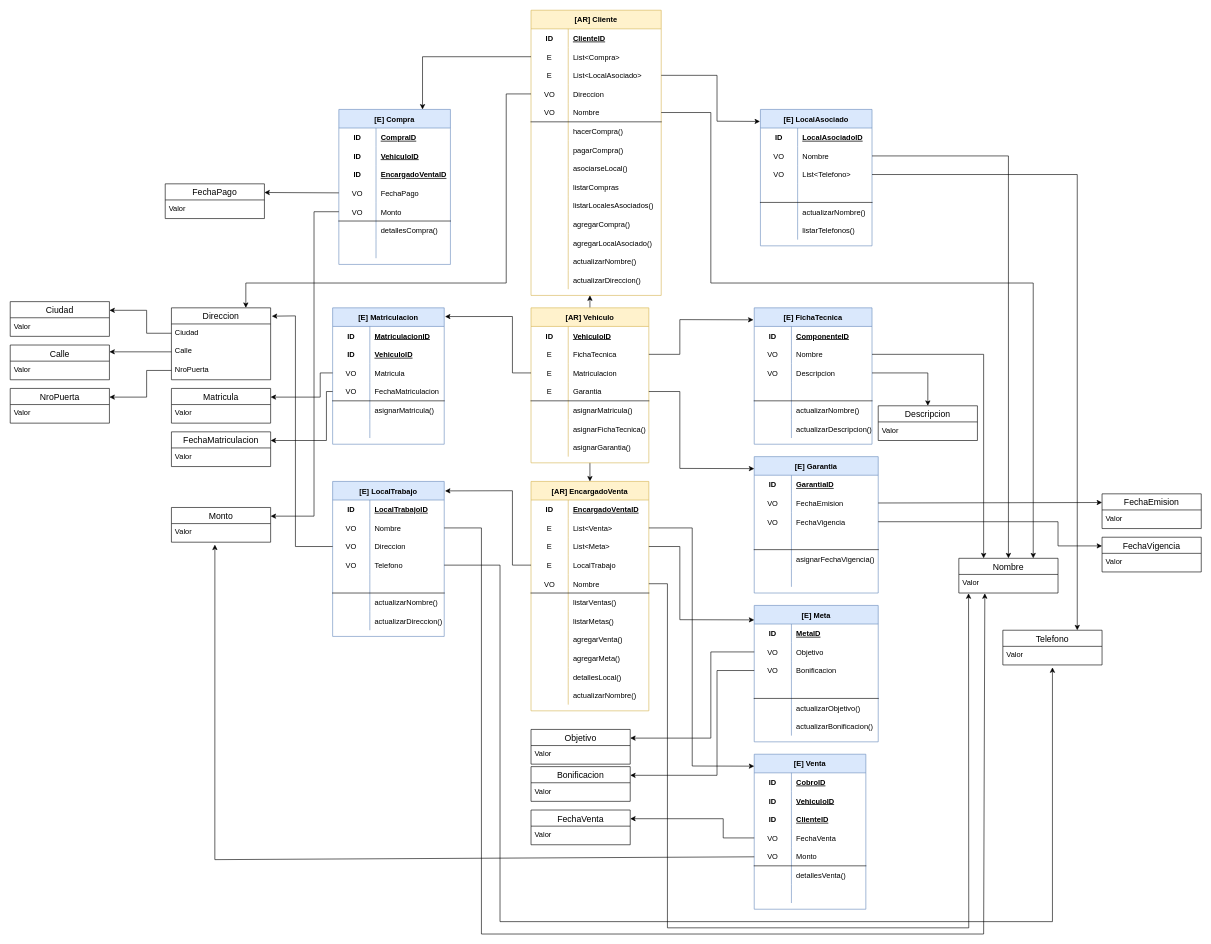
HenryFerreira/Reto-Final-DDD keeps this draw.io diagram as page "Modelo de dominio" (2 of 3) of Reto Final DDD.drawio. Above is the earlier version. Source tidied: cells renumbered, new cells numbered last; positions are measured from the earlier drawing's top-left corner, leaving out a move shared by most shapes. Both pictures are drawn from the tidied source at 62%, with x=0, y=0 at pixel (10, 10).
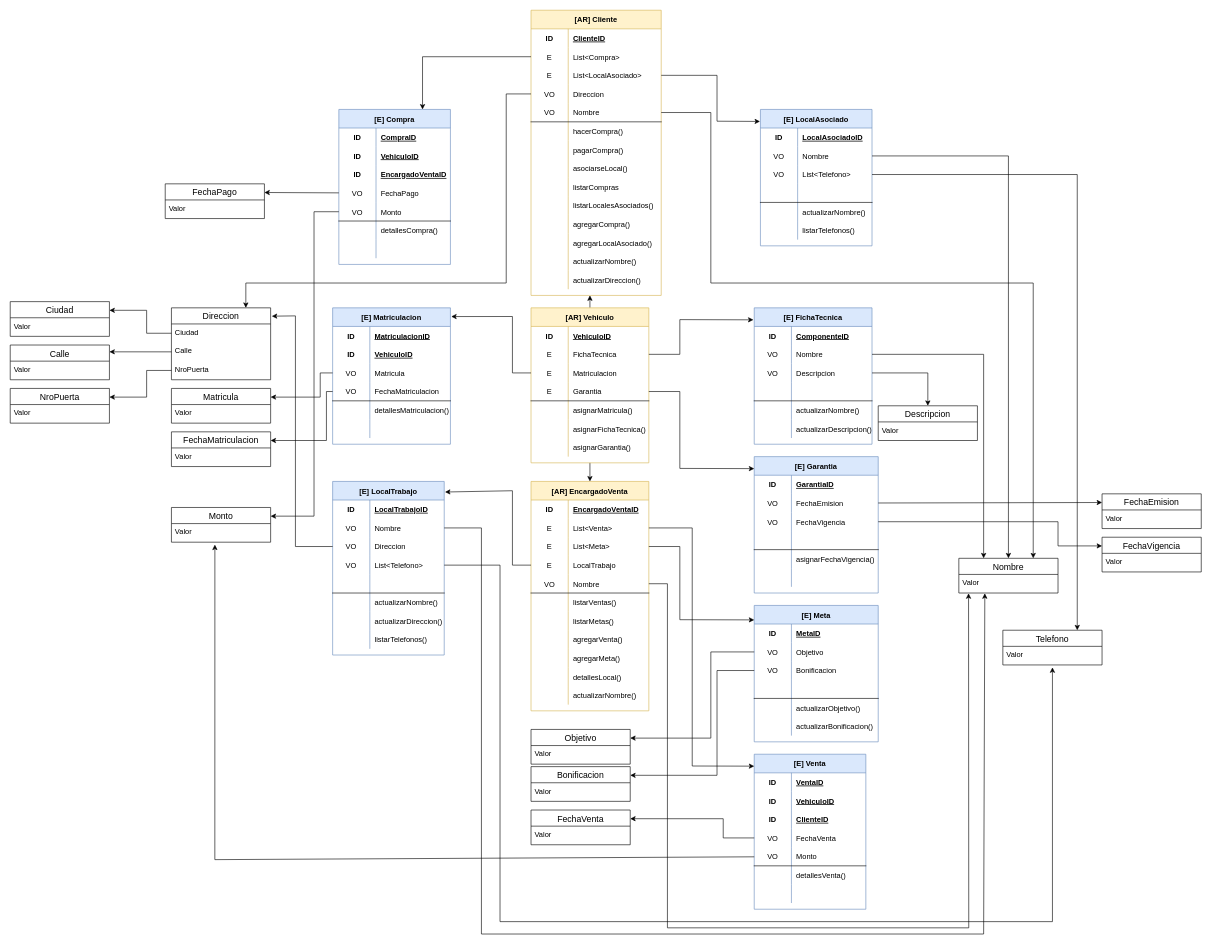
After the change.

Commit message (it also covers changes not shown here):
Se modifico el Modelo de dominio y se agrego el metodo listarTelefonos en el [E] LocalTrabajo

Unchanged cells that the change refers to:
```xml
<mxCell id="230" style="shape=tableRow;horizontal=0;startSize=0;swimlaneHead=0;swimlaneBody=0;fillColor=none;points=[[0,0.5],[1,0.5]];portConstraint=eastwest;top=0;left=0;right=0;bottom=0;" parent="220" vertex="1">
  <mxGeometry y="120" width="180" height="30" as="geometry" />
</mxCell>
<mxCell id="243" style="shape=tableRow;horizontal=0;startSize=0;swimlaneHead=0;swimlaneBody=0;fillColor=none;top=0;left=0;right=0;bottom=0;" parent="242" vertex="1">
  <mxGeometry y="30" width="180" height="30" as="geometry" />
</mxCell>
```

Change to the diagram source:
```diff
@@
     <mxCell id="163" value="[E] Matriculacion" style="shape=table;startSize=30;childLayout=tableLayout;rowLines=0;fontStyle=1;align=center;fillColor=#dae8fc;strokeColor=#6c8ebf;" parent="1" vertex="1">
-      <mxGeometry x="520" y="480" width="180" height="220" as="geometry" />
+      <mxGeometry x="520" y="480" width="190" height="220" as="geometry" />
     </mxCell>
     <mxCell id="164" style="shape=tableRow;horizontal=0;startSize=0;swimlaneHead=0;swimlaneBody=0;fillColor=none;top=0;left=0;right=0;bottom=0;" parent="163" vertex="1">
-      <mxGeometry y="30" width="180" height="30" as="geometry" />
+      <mxGeometry y="30" width="190" height="30" as="geometry" />
     </mxCell>
@@
     <mxCell id="166" value="MatriculacionID" style="shape=partialRectangle;fillColor=none;top=0;left=0;bottom=0;right=0;align=left;spacingLeft=6;fontStyle=5;overflow=hidden;" parent="164" vertex="1">
-      <mxGeometry x="60" width="120" height="30" as="geometry" />
+      <mxGeometry x="60" width="130" height="30" as="geometry" />
     </mxCell>
     <mxCell id="167" style="shape=tableRow;horizontal=0;startSize=0;swimlaneHead=0;swimlaneBody=0;fillColor=none;top=0;left=0;right=0;bottom=0;" parent="163" vertex="1">
-      <mxGeometry y="60" width="180" height="30" as="geometry" />
+      <mxGeometry y="60" width="190" height="30" as="geometry" />
     </mxCell>
@@
     <mxCell id="169" value="VehiculoID" style="shape=partialRectangle;fillColor=none;top=0;left=0;bottom=0;right=0;align=left;spacingLeft=6;overflow=hidden;fontStyle=5;" parent="167" vertex="1">
-      <mxGeometry x="60" width="120" height="30" as="geometry" />
+      <mxGeometry x="60" width="130" height="30" as="geometry" />
     </mxCell>
     <mxCell id="170" style="shape=tableRow;horizontal=0;startSize=0;swimlaneHead=0;swimlaneBody=0;fillColor=none;points=[[0,0.5],[1,0.5]];portConstraint=eastwest;top=0;left=0;right=0;bottom=0;" parent="163" vertex="1">
-      <mxGeometry y="90" width="180" height="30" as="geometry" />
+      <mxGeometry y="90" width="190" height="30" as="geometry" />
     </mxCell>
@@
     <mxCell id="172" value="Matricula" style="shape=partialRectangle;fillColor=none;top=0;left=0;bottom=0;right=0;align=left;spacingLeft=6;overflow=hidden;" parent="170" vertex="1">
-      <mxGeometry x="60" width="120" height="30" as="geometry" />
+      <mxGeometry x="60" width="130" height="30" as="geometry" />
     </mxCell>
     <mxCell id="173" style="shape=tableRow;horizontal=0;startSize=0;swimlaneHead=0;swimlaneBody=0;fillColor=none;points=[[0,0.5],[1,0.5]];portConstraint=eastwest;top=0;left=0;right=0;bottom=1;" parent="163" vertex="1">
-      <mxGeometry y="120" width="180" height="30" as="geometry" />
+      <mxGeometry y="120" width="190" height="30" as="geometry" />
     </mxCell>
@@
     <mxCell id="175" value="FechaMatriculacion" style="shape=partialRectangle;fillColor=none;top=0;left=0;bottom=0;right=0;align=left;spacingLeft=6;fontStyle=0;overflow=hidden;" parent="173" vertex="1">
-      <mxGeometry x="60" width="120" height="30" as="geometry" />
+      <mxGeometry x="60" width="130" height="30" as="geometry" />
     </mxCell>
     <mxCell id="176" style="shape=tableRow;horizontal=0;startSize=0;swimlaneHead=0;swimlaneBody=0;fillColor=none;top=0;left=0;right=0;bottom=0;" parent="163" vertex="1">
-      <mxGeometry y="150" width="180" height="30" as="geometry" />
+      <mxGeometry y="150" width="190" height="30" as="geometry" />
     </mxCell>
@@
-    <mxCell id="178" value="asignarMatricula()" style="shape=partialRectangle;fillColor=none;top=0;left=0;bottom=0;right=0;align=left;spacingLeft=6;overflow=hidden;" parent="176" vertex="1">
-      <mxGeometry x="60" width="120" height="30" as="geometry" />
+    <mxCell id="178" value="detallesMatriculacion()" style="shape=partialRectangle;fillColor=none;top=0;left=0;bottom=0;right=0;align=left;spacingLeft=6;overflow=hidden;" parent="176" vertex="1">
+      <mxGeometry x="60" width="130" height="30" as="geometry" />
     </mxCell>
     <mxCell id="179" style="shape=tableRow;horizontal=0;startSize=0;swimlaneHead=0;swimlaneBody=0;fillColor=none;top=0;left=0;right=0;bottom=0;" parent="163" vertex="1">
-      <mxGeometry y="180" width="180" height="30" as="geometry" />
+      <mxGeometry y="180" width="190" height="30" as="geometry" />
     </mxCell>
@@
     <mxCell id="181" style="shape=partialRectangle;fillColor=none;top=0;left=0;bottom=0;right=0;align=left;spacingLeft=6;overflow=hidden;" parent="179" vertex="1">
-      <mxGeometry x="60" width="120" height="30" as="geometry" />
+      <mxGeometry x="60" width="130" height="30" as="geometry" />
     </mxCell>
@@
     <mxCell id="220" value="[E] LocalTrabajo" style="shape=table;startSize=30;childLayout=tableLayout;rowLines=0;fontStyle=1;align=center;fillColor=#dae8fc;strokeColor=#6c8ebf;" parent="1" vertex="1">
-      <mxGeometry x="520" y="760" width="180" height="250" as="geometry" />
+      <mxGeometry x="520" y="760" width="180" height="280" as="geometry" />
     </mxCell>
@@
-    <mxCell id="232" value="Telefono" style="shape=partialRectangle;fillColor=none;top=0;left=0;bottom=0;right=0;align=left;spacingLeft=6;overflow=hidden;" parent="230" vertex="1">
+    <mxCell id="232" value="List&lt;Telefono&gt;" style="shape=partialRectangle;fillColor=none;top=0;left=0;bottom=0;right=0;align=left;spacingLeft=6;overflow=hidden;" parent="230" vertex="1">
       <mxGeometry x="60" width="120" height="30" as="geometry" />
     </mxCell>
@@
+    <mxCell id="329" style="shape=tableRow;horizontal=0;startSize=0;swimlaneHead=0;swimlaneBody=0;fillColor=none;top=0;left=0;right=0;bottom=0;" parent="220" vertex="1">
+      <mxGeometry y="240" width="180" height="30" as="geometry" />
+    </mxCell>
+    <mxCell id="330" style="shape=partialRectangle;fillColor=none;top=0;left=0;bottom=0;right=0;overflow=hidden;" parent="329" vertex="1">
+      <mxGeometry width="60" height="30" as="geometry" />
+    </mxCell>
+    <mxCell id="331" value="listarTelefonos()" style="shape=partialRectangle;fillColor=none;top=0;left=0;bottom=0;right=0;align=left;spacingLeft=6;overflow=hidden;" parent="329" vertex="1">
+      <mxGeometry x="60" width="120" height="30" as="geometry" />
+    </mxCell>
@@
-    <mxCell id="245" value="CobroID" style="shape=partialRectangle;fillColor=none;top=0;left=0;bottom=0;right=0;align=left;spacingLeft=6;fontStyle=5;overflow=hidden;" parent="243" vertex="1">
+    <mxCell id="245" value="VentaID" style="shape=partialRectangle;fillColor=none;top=0;left=0;bottom=0;right=0;align=left;spacingLeft=6;fontStyle=5;overflow=hidden;" parent="243" vertex="1">
       <mxGeometry x="60" width="120" height="30" as="geometry" />
     </mxCell>
```
